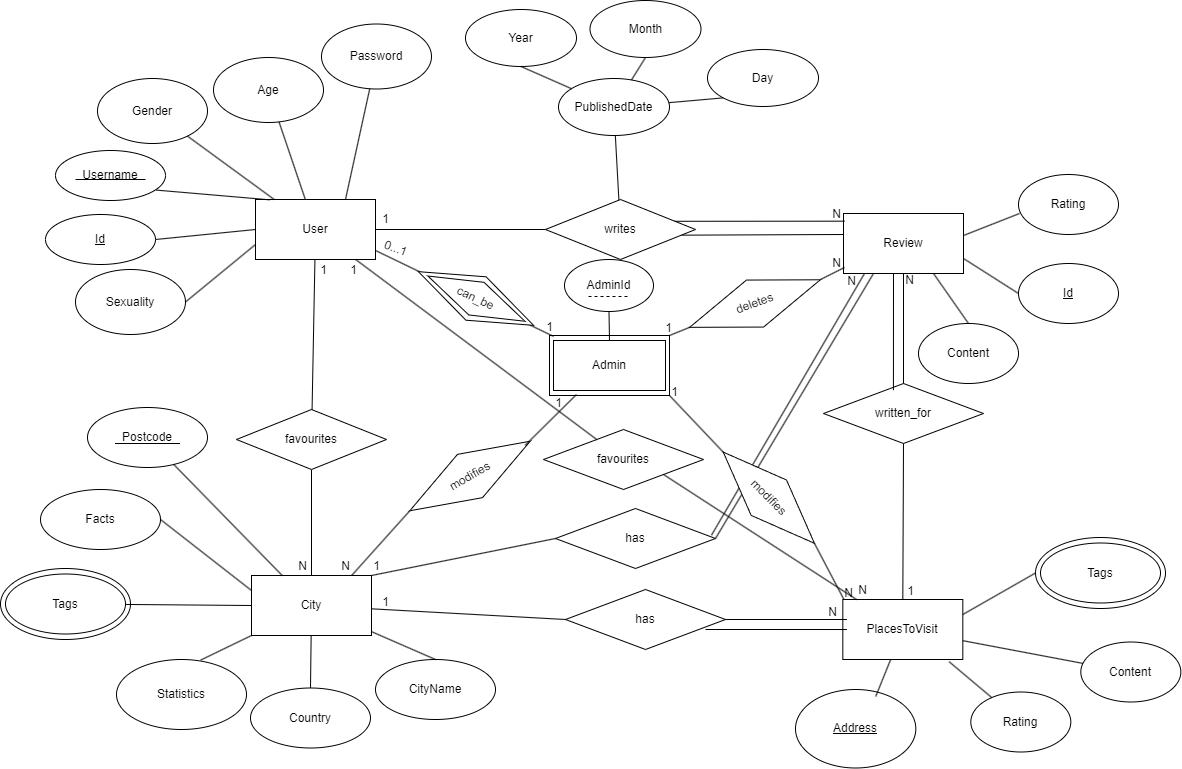
Above: images/er_diagram.png in ManelyAbbasi/EURO-TOUR (draw.io), before the change. Source tidied: cells renumbered, new cells last; positions are measured from the earlier drawing's top-left corner, leaving out a move shared by most shapes.
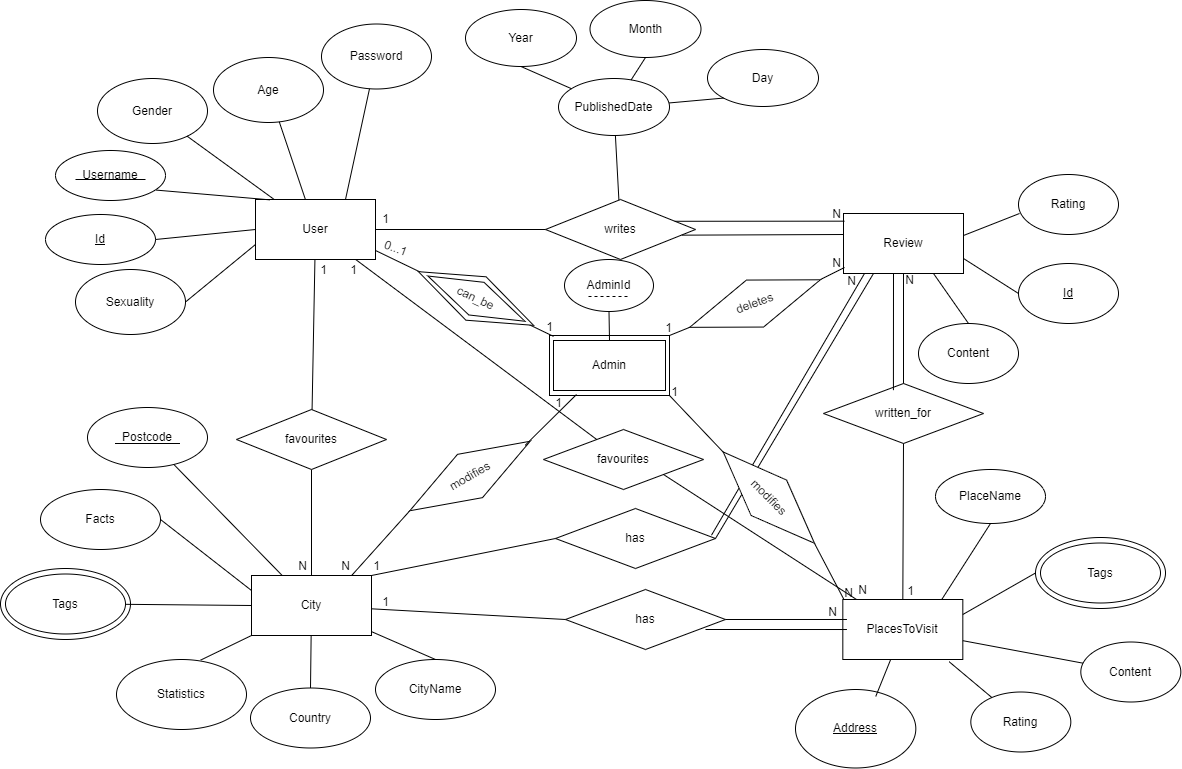
Above is the later version.

Change to the diagram source:
```diff
@@ -381,5 +381,11 @@
     <mxCell id="115" style="endArrow=none;html=1;rounded=0;" parent="1" edge="1" source="11" target="113">
       <mxGeometry relative="1" as="geometry" />
     </mxCell>
+    <mxCell id="116" value="PlaceName" style="ellipse;whiteSpace=wrap;html=1;" parent="1" vertex="1">
+      <mxGeometry x="935" y="469" width="110" height="54" as="geometry" />
+    </mxCell>
+    <mxCell id="117" style="endArrow=none;html=1;rounded=0;exitX=0.828;exitY=-0.011;exitDx=0;exitDy=0;exitPerimeter=0;entryX=0.5;entryY=1;entryDx=0;entryDy=0;" parent="1" edge="1" source="12" target="116">
+      <mxGeometry relative="1" as="geometry" />
+    </mxCell>
   </root>
 </mxGraphModel>
```
